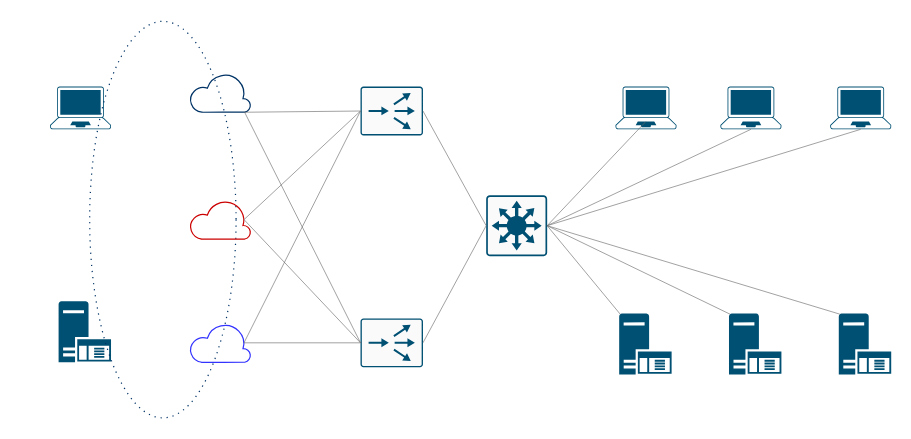
This is page "实验环境拓扑图" (2 of 2) of Untitled Diagram.drawio from ahhfltj/cloud, a draw.io file, before an edit. Source tidied: cells renumbered, new cells numbered last; positions are measured from the earlier drawing's top-left corner, leaving out a move shared by most shapes. Both pictures are drawn from the tidied source at 122%, with x=0, y=0 at pixel (50, 21).
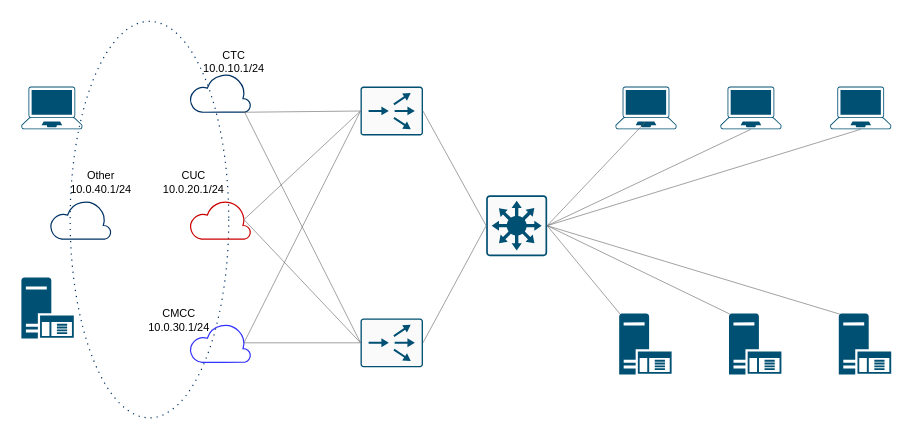
The same diagram, later.

Change to the diagram source:
```diff
@@
     <mxCell id="5" style="shadow=0;dashed=0;html=1;strokeColor=none;labelPosition=center;verticalLabelPosition=bottom;verticalAlign=top;align=center;shape=mxgraph.mscae.enterprise.application_server;fillColor=#005073;" parent="1" vertex="1">
-      <mxGeometry x="6.5" y="229.5" width="43" height="50" as="geometry" />
+      <mxGeometry x="-24" y="210" width="43" height="50" as="geometry" />
     </mxCell>
@@
     <mxCell id="10" style="verticalLabelPosition=bottom;html=1;verticalAlign=top;align=center;shape=mxgraph.cisco19.laptop;fillColor=#005073;strokeColor=none;" parent="1" vertex="1">
-      <mxGeometry x="-0.5" y="53.5" width="50" height="35" as="geometry" />
+      <mxGeometry x="-24" y="53.5" width="50" height="35" as="geometry" />
     </mxCell>
@@
     <mxCell id="12" style="ellipse;whiteSpace=wrap;html=1;strokeColor=#003366;fillColor=none;dashed=1;strokeWidth=1;dashPattern=1 4;" parent="1" vertex="1">
-      <mxGeometry x="32" width="120" height="325" as="geometry" />
+      <mxGeometry x="16" width="130" height="325" as="geometry" />
     </mxCell>
@@
+    <mxCell id="31" style="shadow=0;dashed=0;html=1;labelPosition=center;verticalLabelPosition=bottom;verticalAlign=top;align=center;shape=mxgraph.azure.cloud;fillColor=none;strokeColor=#003366;" parent="1" vertex="1">
+      <mxGeometry x="-0.5" y="146.5" width="50" height="32" as="geometry" />
+    </mxCell>
+    <mxCell id="32" value="CTC&lt;br style=&quot;font-size: 9px;&quot;&gt;10.0.10.1/24" style="text;html=1;align=center;verticalAlign=middle;strokeColor=none;strokeWidth=1;fontSize=9;" parent="1" vertex="1">
+      <mxGeometry x="115" y="18" width="70" height="30" as="geometry" />
+    </mxCell>
+    <mxCell id="33" value="CUC&lt;br style=&quot;font-size: 9px&quot;&gt;10.0.20.1/24" style="text;html=1;align=center;verticalAlign=middle;strokeColor=none;strokeWidth=1;fontSize=9;" parent="1" vertex="1">
+      <mxGeometry x="82" y="116.5" width="70" height="30" as="geometry" />
+    </mxCell>
+    <mxCell id="34" value="CMCC&lt;br style=&quot;font-size: 9px&quot;&gt;10.0.30.1/24" style="text;html=1;align=center;verticalAlign=middle;strokeColor=none;strokeWidth=1;fontSize=9;" parent="1" vertex="1">
+      <mxGeometry x="70" y="230" width="70" height="30" as="geometry" />
+    </mxCell>
+    <mxCell id="35" value="Other&lt;br style=&quot;font-size: 9px&quot;&gt;10.0.40.1/24" style="text;html=1;align=center;verticalAlign=middle;strokeColor=none;strokeWidth=1;fontSize=9;" parent="1" vertex="1">
+      <mxGeometry x="6" y="116.5" width="70" height="30" as="geometry" />
+    </mxCell>
```
